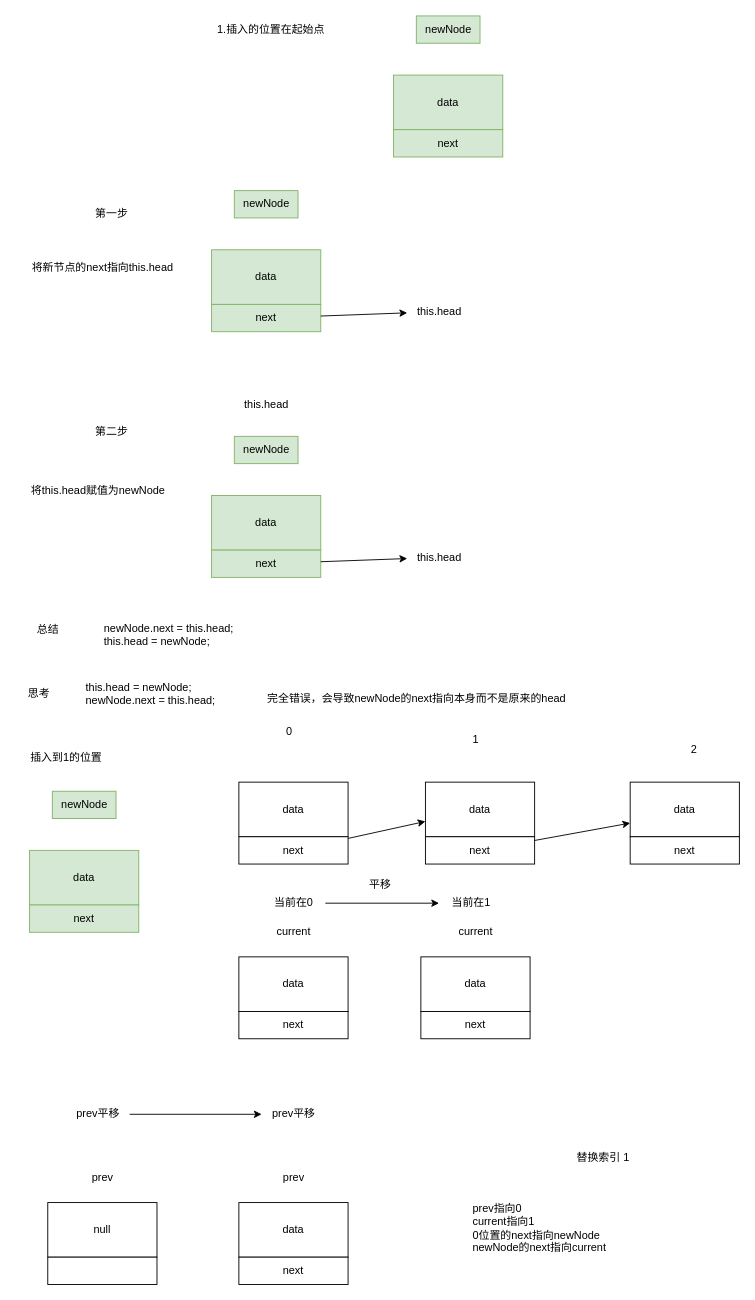
xiuxiumomo/learn-doc keeps this draw.io diagram as src/caculate/link-list/insert.dio. Above is the earlier version. Source tidied: cells renumbered, new cells numbered last; positions are measured from the earlier drawing's top-left corner, leaving out a move shared by most shapes. Both pictures are drawn from the tidied source at 91%, with x=0, y=0 at pixel (15, 15).
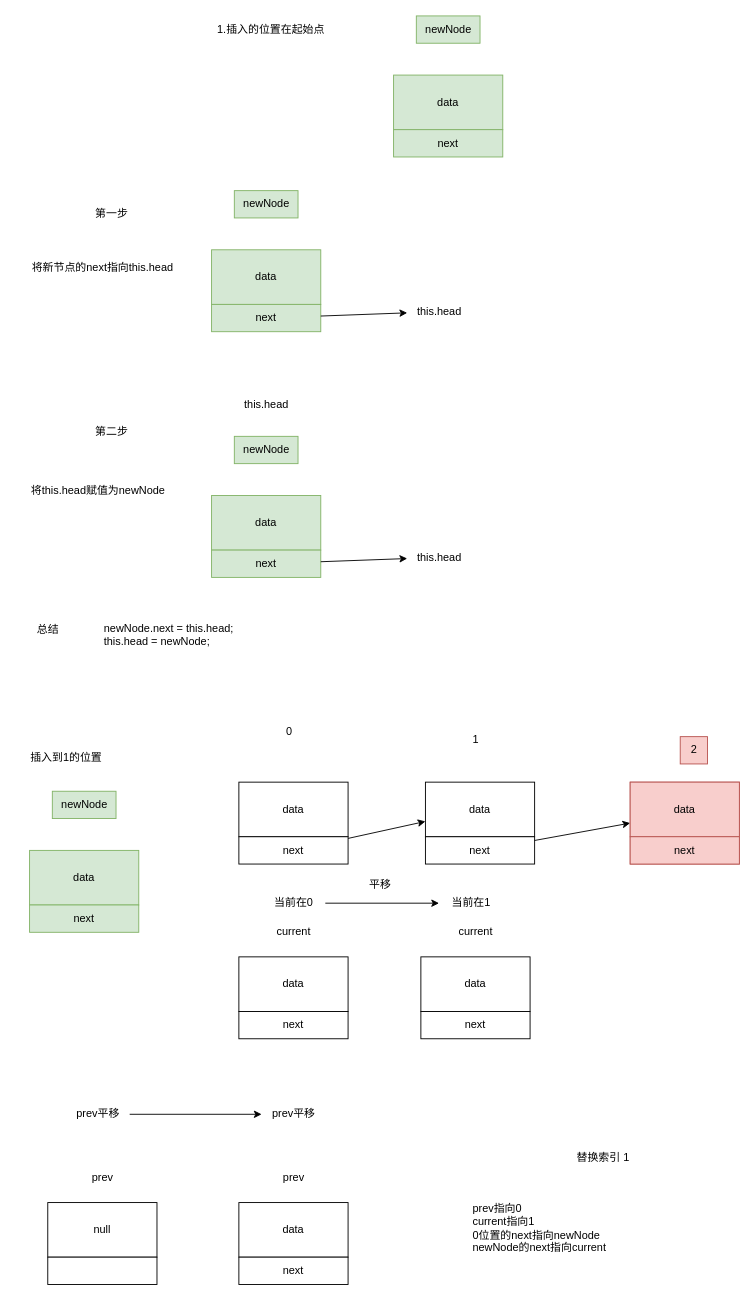
The same page after the edit.

Change to the diagram source:
```diff
@@
-    <mxCell id="10" style="group;" parent="1" vertex="1">
+    <mxCell id="10" style="group;fillColor=#f8cecc;strokeColor=#b85450;" parent="1" vertex="1">
       <mxGeometry x="675" y="842" width="120" height="90" as="geometry" />
     </mxCell>
-    <mxCell id="11" value="data&lt;br&gt;" style="rounded=0;whiteSpace=wrap;html=1;" parent="10" vertex="1">
+    <mxCell id="11" value="data&lt;br&gt;" style="rounded=0;whiteSpace=wrap;html=1;fillColor=#f8cecc;strokeColor=#b85450;" parent="10" vertex="1">
       <mxGeometry width="120" height="60" as="geometry" />
     </mxCell>
-    <mxCell id="12" value="next" style="rounded=0;whiteSpace=wrap;html=1;" parent="10" vertex="1">
+    <mxCell id="12" value="next" style="rounded=0;whiteSpace=wrap;html=1;fillColor=#f8cecc;strokeColor=#b85450;" parent="10" vertex="1">
       <mxGeometry y="60" width="120" height="30" as="geometry" />
     </mxCell>
@@
-    <mxCell id="14" value="2" style="text;html=1;align=center;verticalAlign=middle;strokeColor=none;fillColor=none;" parent="1" vertex="1">
+    <mxCell id="14" value="2" style="text;html=1;align=center;verticalAlign=middle;strokeColor=#b85450;fillColor=#f8cecc;" parent="1" vertex="1">
       <mxGeometry x="730" y="792" width="30" height="30" as="geometry" />
     </mxCell>
@@
-    <mxCell id="53" value="思考" style="text;html=1;align=center;verticalAlign=middle;strokeColor=none;fillColor=none;" parent="1" vertex="1">
-      <mxGeometry y="730" width="50" height="30" as="geometry" />
-    </mxCell>
-    <mxCell id="54" value="this.head = newNode;&lt;div&gt;newNode.next = this.head;&lt;/div&gt;" style="text;html=1;align=left;verticalAlign=middle;strokeColor=none;fillColor=none;" parent="1" vertex="1">
-      <mxGeometry x="75" y="725" width="170" height="40" as="geometry" />
-    </mxCell>
-    <mxCell id="55" value="完全错误，会导致newNode的next指向本身而不是原来的head" style="text;html=1;align=center;verticalAlign=middle;strokeColor=none;fillColor=none;" parent="1" vertex="1">
-      <mxGeometry x="265" y="735" width="350" height="30" as="geometry" />
-    </mxCell>
```
